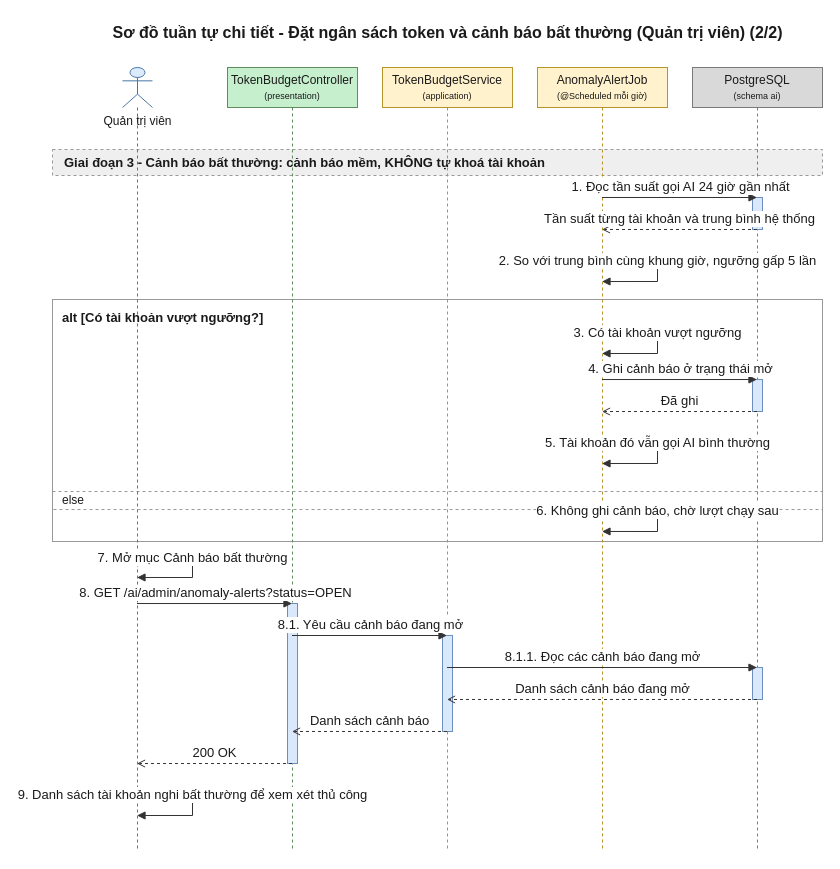
Above: 08-diagram/sequence/admin/sequence_admin_dat_ngan_sach_token_p2.drawio in daiphu1801/PRJ_ALGOPREP (draw.io), before the change. Source tidied: cells renumbered, new cells numbered last; positions are measured from the earlier drawing's top-left corner, leaving out a move shared by most shapes. Both pictures are drawn from the tidied source at 100%, with x=0, y=0 at pixel (52, 17).
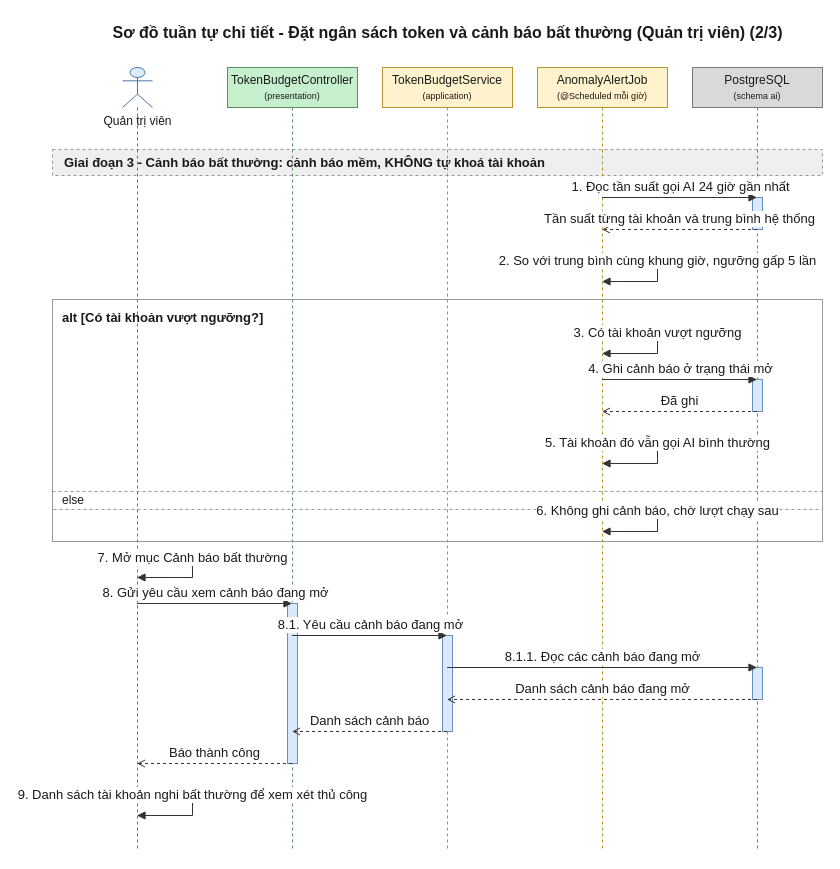
Above is the later version.

The change refers to these unchanged cells:
```xml
<mxCell id="6" value="Quản trị viên" style="shape=umlLifeline;participant=umlActor;perimeter=lifelinePerimeter;html=1;outlineConnect=0;size=40;verticalAlign=top;spacingTop=40;fillColor=#DCEBFC;strokeColor=#4A76A8;fontColor=#1A1A1A;" parent="1" vertex="1">
  <mxGeometry x="70" y="50" width="30" height="784" as="geometry" />
</mxCell>
<mxCell id="7" value="TokenBudgetController&lt;br&gt;&lt;font style=&quot;font-size:9px&quot;&gt;(presentation)&lt;/font&gt;" style="shape=umlLifeline;perimeter=lifelinePerimeter;whiteSpace=wrap;html=1;outlineConnect=0;size=40;fillColor=#C6EFCE;strokeColor=#5E8E5E;fontColor=#1A1A1A;" parent="1" vertex="1">
  <mxGeometry x="175" y="50" width="130" height="784" as="geometry" />
</mxCell>
```

Diff of the diagram source:
```diff
@@
-    <mxCell id="2" value="Sơ đồ tuần tự chi tiết - Đặt ngân sách token và cảnh báo bất thường (Quản trị viên) (2/2)" style="text;html=1;fontSize=16;fontStyle=1;align=center;verticalAlign=middle;fontColor=#1A1A1A;" parent="1" vertex="1">
+    <mxCell id="2" value="Sơ đồ tuần tự chi tiết - Đặt ngân sách token và cảnh báo bất thường (Quản trị viên) (2/3)" style="text;html=1;fontSize=16;fontStyle=1;align=center;verticalAlign=middle;fontColor=#1A1A1A;" parent="1" vertex="1">
       <mxGeometry x="20" width="750" height="30" as="geometry" />
     </mxCell>
@@
-    <mxCell id="25" value="8. GET /ai/admin/anomaly-alerts?status=OPEN" style="edgeStyle=none;html=1;endArrow=block;endFill=1;strokeColor=#333333;fontColor=#1A1A1A;fontSize=13;verticalAlign=bottom;exitX=0.5;exitY=0.6837;exitDx=0;exitDy=0;entryX=0.5;entryY=0.6837;entryDx=0;entryDy=0;" parent="1" edge="1" source="6" target="7">
+    <mxCell id="25" value="8. Gửi yêu cầu xem cảnh báo đang mở" style="edgeStyle=none;html=1;endArrow=block;endFill=1;strokeColor=#333333;fontColor=#1A1A1A;fontSize=13;verticalAlign=bottom;exitX=0.5;exitY=0.6837;exitDx=0;exitDy=0;entryX=0.5;entryY=0.6837;entryDx=0;entryDy=0;" parent="1" edge="1" source="6" target="7">
       <mxGeometry relative="1" as="geometry" />
     </mxCell>
@@
-    <mxCell id="30" value="200 OK" style="edgeStyle=none;html=1;endArrow=open;endFill=0;dashed=1;strokeColor=#333333;fontColor=#1A1A1A;fontSize=13;verticalAlign=bottom;exitX=0.5;exitY=0.8878;exitDx=0;exitDy=0;entryX=0.5;entryY=0.8878;entryDx=0;entryDy=0;" parent="1" edge="1" source="7" target="6">
+    <mxCell id="30" value="Báo thành công" style="edgeStyle=none;html=1;endArrow=open;endFill=0;dashed=1;strokeColor=#333333;fontColor=#1A1A1A;fontSize=13;verticalAlign=bottom;exitX=0.5;exitY=0.8878;exitDx=0;exitDy=0;entryX=0.5;entryY=0.8878;entryDx=0;entryDy=0;" parent="1" edge="1" source="7" target="6">
       <mxGeometry relative="1" as="geometry" />
     </mxCell>
```
